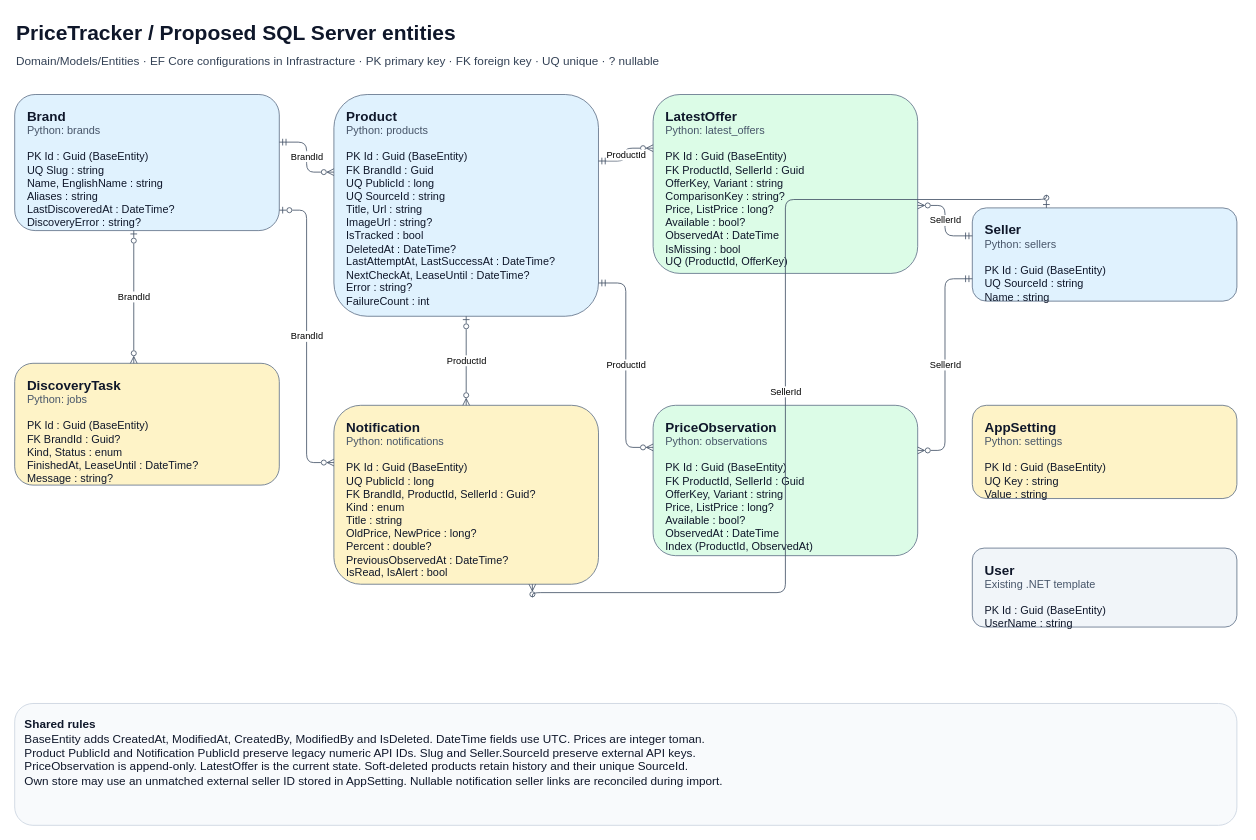
The draw.io diagram .Net/PriceTracker.Entities.drawio in thealih/DashAle, before the edit. Source tidied: cells renumbered, new cells numbered last; positions are measured from the earlier drawing's top-left corner, leaving out a move shared by most shapes. Both pictures are drawn from the tidied source at 84%, with x=0, y=0 at pixel (14, 14).
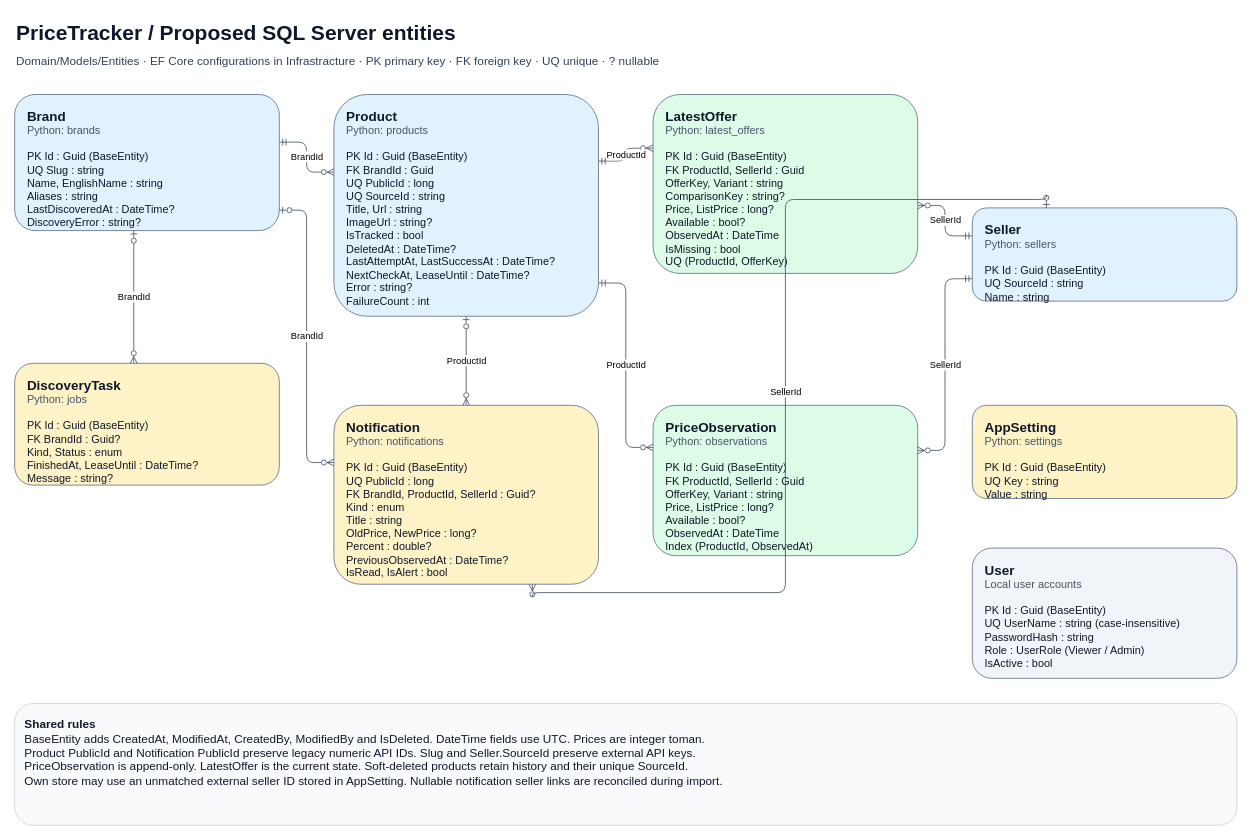
Above is the later version.

What changed in the source:
```diff
@@
-    <mxCell id="12" value="&lt;b style=&quot;font-size:16px&quot;&gt;User&lt;/b&gt;&lt;br&gt;&lt;font color=&quot;#475569&quot;&gt;Existing .NET template&lt;/font&gt;&lt;br&gt;&lt;br&gt;PK  Id : Guid (BaseEntity)&lt;br&gt;UserName : string" style="rounded=1;whiteSpace=wrap;html=1;align=left;verticalAlign=top;spacingLeft=13;spacingTop=10;fontFamily=Arial;fontSize=13;fontColor=#0f172a;fillColor=#f1f5f9;strokeColor=#64748b;" parent="1" vertex="1">
-      <mxGeometry x="1140" y="635" width="315" height="94" as="geometry" />
+    <mxCell id="12" value="&lt;b style=&quot;font-size:16px&quot;&gt;User&lt;/b&gt;&lt;br&gt;&lt;font color=&quot;#475569&quot;&gt;Local user accounts&lt;/font&gt;&lt;br&gt;&lt;br&gt;PK  Id : Guid (BaseEntity)&lt;br&gt;UQ  UserName : string (case-insensitive)&lt;br&gt;PasswordHash : string&lt;br&gt;Role : UserRole (Viewer / Admin)&lt;br&gt;IsActive : bool" style="rounded=1;whiteSpace=wrap;html=1;align=left;verticalAlign=top;spacingLeft=13;spacingTop=10;fontFamily=Arial;fontSize=13;fontColor=#0f172a;fillColor=#f1f5f9;strokeColor=#64748b;" parent="1" vertex="1">
+      <mxGeometry x="1140" y="635" width="315" height="155" as="geometry" />
     </mxCell>
```
